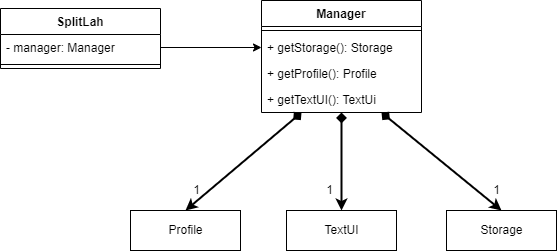
nus-cs2113-AY2122S2/tp keeps this draw.io diagram as docs/images/developerguide/ManagerComponent.drawio.png. Above is the earlier version. Source tidied: cells renumbered, new cells last; positions are measured from the earlier drawing's top-left corner, leaving out a move shared by most shapes.
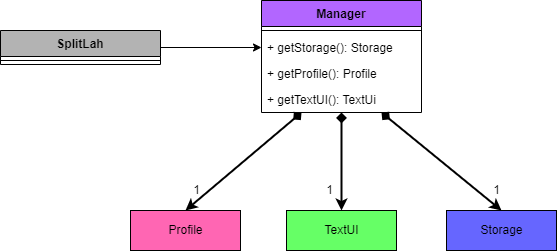
Above is the later version.

The edit, as a diff of the source:
```diff
@@ -2,10 +2,10 @@
   <root>
     <mxCell id="0" />
     <mxCell id="1" parent="0" />
-    <mxCell id="2" value="TextUI" style="html=1;" parent="1" vertex="1">
+    <mxCell id="2" value="TextUI" style="html=1;fillColor=#66FF66;" parent="1" vertex="1">
       <mxGeometry x="286" y="210" width="110" height="40" as="geometry" />
     </mxCell>
-    <mxCell id="3" value="Storage" style="html=1;" parent="1" vertex="1">
+    <mxCell id="3" value="Storage" style="html=1;fillColor=#6666FF;" parent="1" vertex="1">
       <mxGeometry x="446" y="210" width="110" height="40" as="geometry" />
     </mxCell>
     <mxCell id="4" style="endArrow=diamond;startArrow=classic;html=1;rounded=0;strokeWidth=2;startFill=1;endFill=1;exitX=0.5;exitY=0;exitDx=0;exitDy=0;entryX=0.25;entryY=1;entryDx=0;entryDy=0;" parent="1" edge="1" source="19" target="7">
@@ -17,7 +17,7 @@
     <mxCell id="6" style="endArrow=diamond;startArrow=classic;html=1;rounded=0;strokeWidth=2;startFill=1;endFill=1;exitX=0.5;exitY=0;exitDx=0;exitDy=0;entryX=0.75;entryY=1;entryDx=0;entryDy=0;" parent="1" edge="1" source="3" target="7">
       <mxGeometry relative="1" as="geometry" />
     </mxCell>
-    <mxCell id="7" value="Manager" style="swimlane;fontStyle=1;align=center;verticalAlign=top;horizontal=1;startSize=26;" parent="1" vertex="1">
+    <mxCell id="7" value="Manager" style="swimlane;fontStyle=1;align=center;verticalAlign=top;horizontal=1;startSize=26;fillColor=#B266FF;" parent="1" vertex="1">
       <mxGeometry x="261" width="160" height="112" as="geometry" />
     </mxCell>
     <mxCell id="8" style="line;strokeWidth=1;fillColor=none;align=left;verticalAlign=middle;spacingTop=-1;spacingLeft=3;spacingRight=3;labelPosition=right;" parent="7" vertex="1">
@@ -41,19 +41,18 @@
     <mxCell id="14" value="1" style="text;html=1;align=center;verticalAlign=middle;strokeColor=none;fillColor=none;" parent="1" vertex="1">
       <mxGeometry x="486" y="180" width="20" height="20" as="geometry" />
     </mxCell>
-    <mxCell id="15" value="SplitLah" style="swimlane;fontStyle=1;align=center;verticalAlign=top;horizontal=1;startSize=26;" parent="1" vertex="1">
-      <mxGeometry y="8" width="160" height="60" as="geometry" />
+    <mxCell id="15" value="SplitLah" style="swimlane;fontStyle=1;align=center;verticalAlign=top;horizontal=1;startSize=26;fillColor=#B3B3B3;" parent="1" vertex="1">
+      <mxGeometry y="30" width="160" height="34" as="geometry" />
     </mxCell>
-    <mxCell id="16" value="- manager: Manager" style="text;strokeColor=none;fillColor=none;align=left;verticalAlign=top;spacingLeft=4;spacingRight=4;overflow=hidden;points=[[0,0.5],[1,0.5]];portConstraint=eastwest;" parent="15" vertex="1">
-      <mxGeometry y="26" width="160" height="26" as="geometry" />
-    </mxCell>
     <mxCell id="17" style="line;strokeWidth=1;fillColor=none;align=left;verticalAlign=middle;spacingTop=-1;spacingLeft=3;spacingRight=3;labelPosition=right;" parent="15" vertex="1">
-      <mxGeometry y="52" width="160" height="8" as="geometry" />
+      <mxGeometry y="26" width="160" height="8" as="geometry" />
     </mxCell>
-    <mxCell id="18" style="endArrow=classic;html=1;rounded=0;exitX=1;exitY=0.5;exitDx=0;exitDy=0;endFill=1;entryX=0;entryY=0.5;entryDx=0;entryDy=0;" parent="1" edge="1" source="16" target="9">
-      <mxGeometry relative="1" as="geometry" />
+    <mxCell id="18" style="endArrow=classic;html=1;rounded=0;exitX=1;exitY=0.5;exitDx=0;exitDy=0;endFill=1;entryX=0;entryY=0.5;entryDx=0;entryDy=0;" parent="1" edge="1" target="9">
+      <mxGeometry relative="1" as="geometry">
+        <mxPoint x="160" y="47" as="sourcePoint" />
+      </mxGeometry>
     </mxCell>
-    <mxCell id="19" value="Profile" style="html=1;" parent="1" vertex="1">
+    <mxCell id="19" value="Profile" style="html=1;fillColor=#FF66B3;" parent="1" vertex="1">
       <mxGeometry x="130" y="210" width="110" height="40" as="geometry" />
     </mxCell>
   </root>
```
